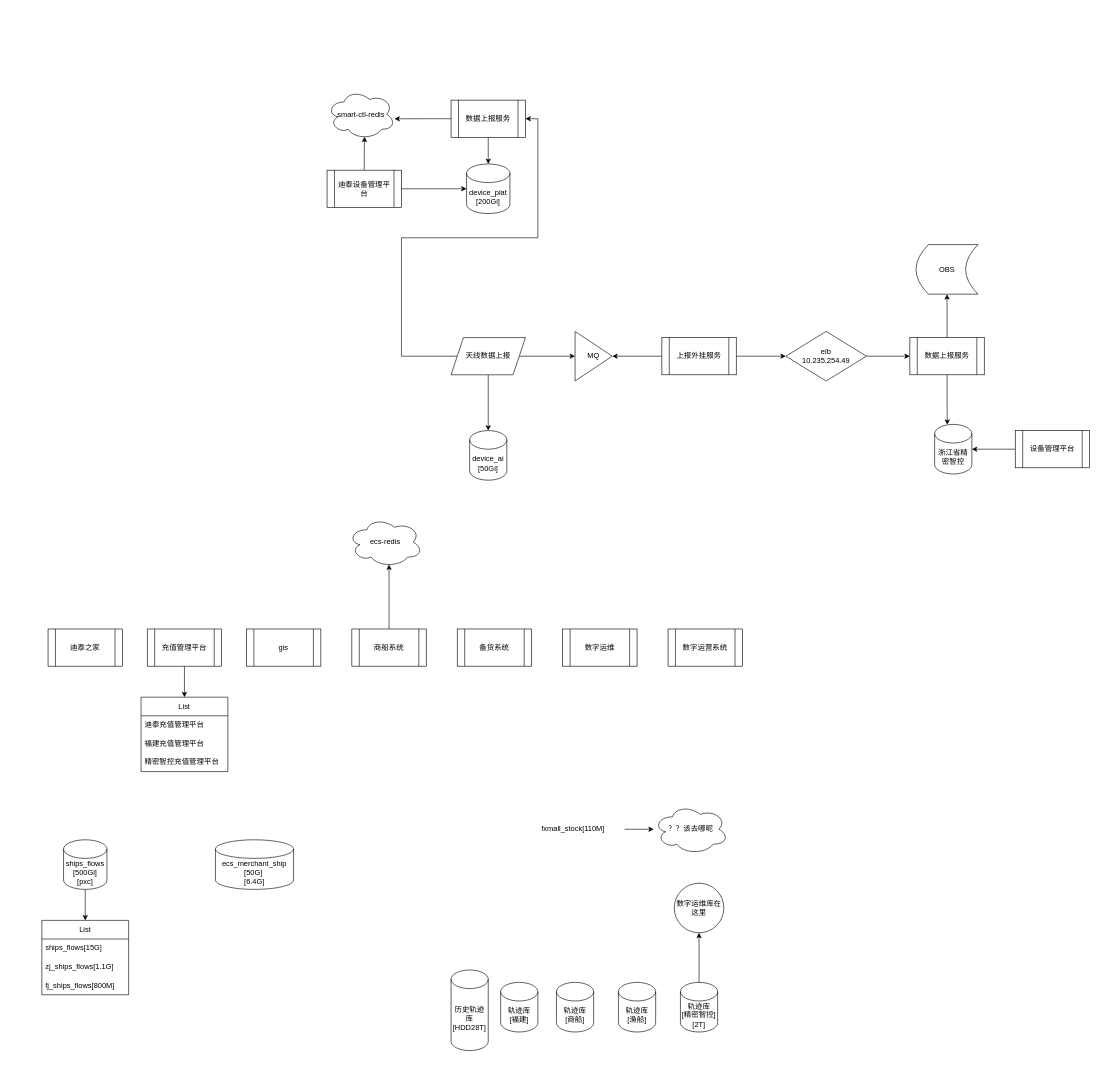
Before: 未命名绘图.drawio in ttia0ren/demand-pool, a draw.io diagram. Source tidied: cells renumbered, new cells numbered last; positions are measured from the earlier drawing's top-left corner, leaving out a move shared by most shapes. Both pictures are drawn from the tidied source at 62%, with x=0, y=0 at pixel (42, 89).
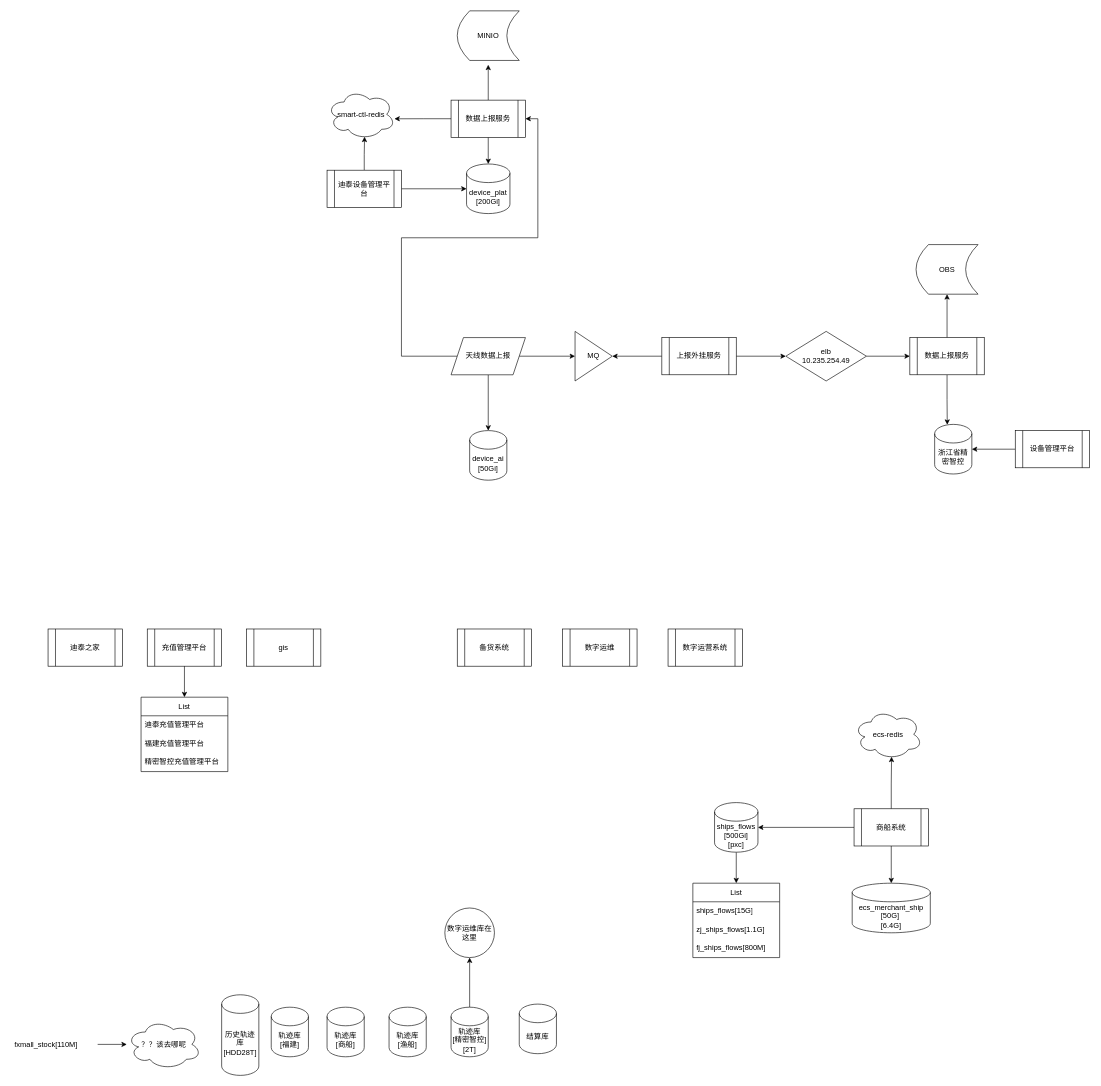
The same page after the edit.

Commit message:
更新未命名绘图.drawio

Unchanged cells that the change refers to:
```xml
<mxCell id="37" value="数据上报服务" style="shape=process;whiteSpace=wrap;html=1;backgroundOutline=1;" parent="1" vertex="1">
  <mxGeometry x="660" y="17" width="120" height="60" as="geometry" />
</mxCell>
```

Change to the diagram source:
```diff
@@
     <mxCell id="3" value="ships_flows&lt;br&gt;[500Gi]&lt;br&gt;[pxc]" style="shape=cylinder3;whiteSpace=wrap;html=1;boundedLbl=1;backgroundOutline=1;size=15;" parent="1" vertex="1">
-      <mxGeometry x="35" y="1210" width="70" height="80" as="geometry" />
+      <mxGeometry x="1085" y="1150" width="70" height="80" as="geometry" />
     </mxCell>
     <mxCell id="4" value="ecs_merchant_ship&lt;div&gt;[50G]&amp;nbsp;&lt;/div&gt;&lt;div&gt;[6.4G]&lt;/div&gt;" style="shape=cylinder3;whiteSpace=wrap;html=1;boundedLbl=1;backgroundOutline=1;size=15;" parent="1" vertex="1">
-      <mxGeometry x="280" y="1210" width="126" height="80" as="geometry" />
+      <mxGeometry x="1307" y="1280" width="126" height="80" as="geometry" />
     </mxCell>
@@
     <mxCell id="6" value="List" style="swimlane;fontStyle=0;horizontal=1;startSize=30;whiteSpace=wrap;html=1;" parent="1" vertex="1">
-      <mxGeometry y="1340" width="140" height="120" as="geometry" />
+      <mxGeometry x="1050" y="1280" width="140" height="120" as="geometry" />
     </mxCell>
@@
+    <mxCell id="59" style="edgeStyle=orthogonalEdgeStyle;rounded=0;jettySize=auto;html=1;" parent="1" edge="1" source="15" target="4">
+      <mxGeometry relative="1" as="geometry" />
+    </mxCell>
+    <mxCell id="60" style="edgeStyle=orthogonalEdgeStyle;rounded=0;jettySize=auto;html=1;exitX=0;exitY=0.5;exitDx=0;exitDy=0;entryX=1;entryY=0.5;entryDx=0;entryDy=0;entryPerimeter=0;" parent="1" edge="1" source="15" target="3">
+      <mxGeometry relative="1" as="geometry" />
+    </mxCell>
     <mxCell id="15" value="商船系统" style="shape=process;whiteSpace=wrap;html=1;backgroundOutline=1;" parent="1" vertex="1">
-      <mxGeometry x="500" y="870" width="120" height="60" as="geometry" />
+      <mxGeometry x="1310" y="1160" width="120" height="60" as="geometry" />
     </mxCell>
@@
     <mxCell id="17" value="轨迹库&lt;br&gt;[商船]" style="shape=cylinder3;whiteSpace=wrap;html=1;boundedLbl=1;backgroundOutline=1;size=15;" parent="1" vertex="1">
-      <mxGeometry x="830" y="1440" width="60" height="80" as="geometry" />
+      <mxGeometry x="460" y="1480" width="60" height="80" as="geometry" />
     </mxCell>
     <mxCell id="18" value="轨迹库&lt;br&gt;[渔船]" style="shape=cylinder3;whiteSpace=wrap;html=1;boundedLbl=1;backgroundOutline=1;size=15;" parent="1" vertex="1">
-      <mxGeometry x="930" y="1440" width="60" height="80" as="geometry" />
+      <mxGeometry x="560" y="1480" width="60" height="80" as="geometry" />
     </mxCell>
@@
     <mxCell id="24" value="fxmall_stock[110M]" style="text;strokeColor=none;fillColor=none;align=left;verticalAlign=middle;spacingLeft=4;spacingRight=4;overflow=hidden;points=[[0,0.5],[1,0.5]];portConstraint=eastwest;whiteSpace=wrap;html=1;" parent="1" vertex="1">
-      <mxGeometry x="800" y="1178" width="140" height="30" as="geometry" />
+      <mxGeometry x="-50" y="1525" width="140" height="30" as="geometry" />
     </mxCell>
@@
     <mxCell id="26" value="轨迹库&lt;br&gt;[精密智控]&lt;br&gt;[2T]" style="shape=cylinder3;whiteSpace=wrap;html=1;boundedLbl=1;backgroundOutline=1;size=15;" parent="1" vertex="1">
-      <mxGeometry x="1030" y="1440" width="60" height="80" as="geometry" />
+      <mxGeometry x="660" y="1480" width="60" height="80" as="geometry" />
     </mxCell>
@@
     <mxCell id="28" value="数字运维库在这里" style="ellipse;whiteSpace=wrap;html=1;" parent="1" vertex="1">
-      <mxGeometry x="1020" y="1280" width="80" height="80" as="geometry" />
+      <mxGeometry x="650" y="1320" width="80" height="80" as="geometry" />
     </mxCell>
     <mxCell id="29" value="？？该去哪呢" style="ellipse;shape=cloud;whiteSpace=wrap;html=1;" parent="1" vertex="1">
-      <mxGeometry x="987" y="1153" width="120" height="80" as="geometry" />
+      <mxGeometry x="137" y="1500" width="120" height="80" as="geometry" />
     </mxCell>
@@
     <mxCell id="32" value="轨迹库&lt;br&gt;[福建]" style="shape=cylinder3;whiteSpace=wrap;html=1;boundedLbl=1;backgroundOutline=1;size=15;" parent="1" vertex="1">
-      <mxGeometry x="740" y="1440" width="60" height="80" as="geometry" />
+      <mxGeometry x="370" y="1480" width="60" height="80" as="geometry" />
     </mxCell>
     <mxCell id="33" value="历史轨迹库&lt;br&gt;[HDD28T]&lt;br&gt;" style="shape=cylinder3;whiteSpace=wrap;html=1;boundedLbl=1;backgroundOutline=1;size=15;" parent="1" vertex="1">
-      <mxGeometry x="660" y="1420" width="60" height="130" as="geometry" />
+      <mxGeometry x="290" y="1460" width="60" height="130" as="geometry" />
     </mxCell>
     <mxCell id="34" value="ecs-redis" style="ellipse;shape=cloud;whiteSpace=wrap;html=1;" parent="1" vertex="1">
-      <mxGeometry x="494" y="690" width="120" height="80" as="geometry" />
+      <mxGeometry x="1310" y="1000" width="110" height="80" as="geometry" />
     </mxCell>
@@
+    <mxCell id="61" style="edgeStyle=orthogonalEdgeStyle;rounded=0;jettySize=auto;html=1;entryX=0.5;entryY=1.087;entryDx=0;entryDy=0;entryPerimeter=0;" parent="1" edge="1" source="37" target="62">
+      <mxGeometry relative="1" as="geometry" />
+    </mxCell>
@@
+    <mxCell id="62" value="MINIO" style="shape=dataStorage;whiteSpace=wrap;html=1;fixedSize=1;" parent="1" vertex="1">
+      <mxGeometry x="670" y="-127" width="100" height="80" as="geometry" />
+    </mxCell>
+    <mxCell id="63" value="结算库" style="shape=cylinder3;whiteSpace=wrap;html=1;boundedLbl=1;backgroundOutline=1;size=15;" parent="1" vertex="1">
+      <mxGeometry x="770" y="1475" width="60" height="80" as="geometry" />
+    </mxCell>
```
